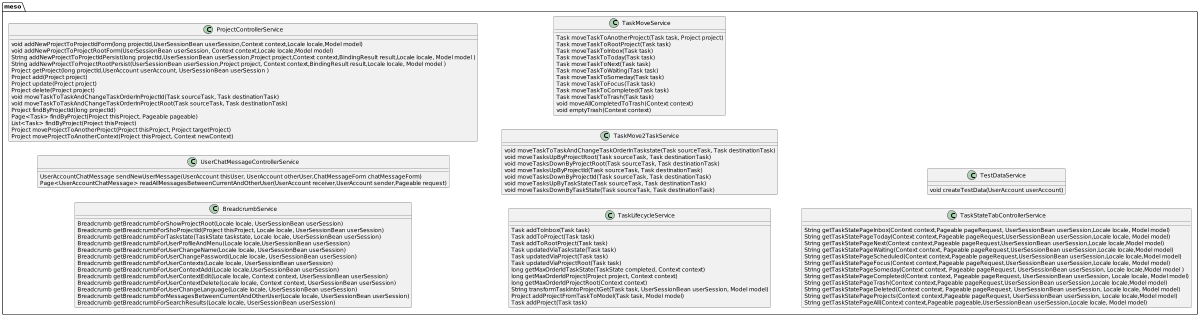
Above: src/site/plantuml/Simpleworklist__Service_Classes_Meso.png in Spring-Framework-Java-Apps/simpleworklist (PlantUML), before the change.
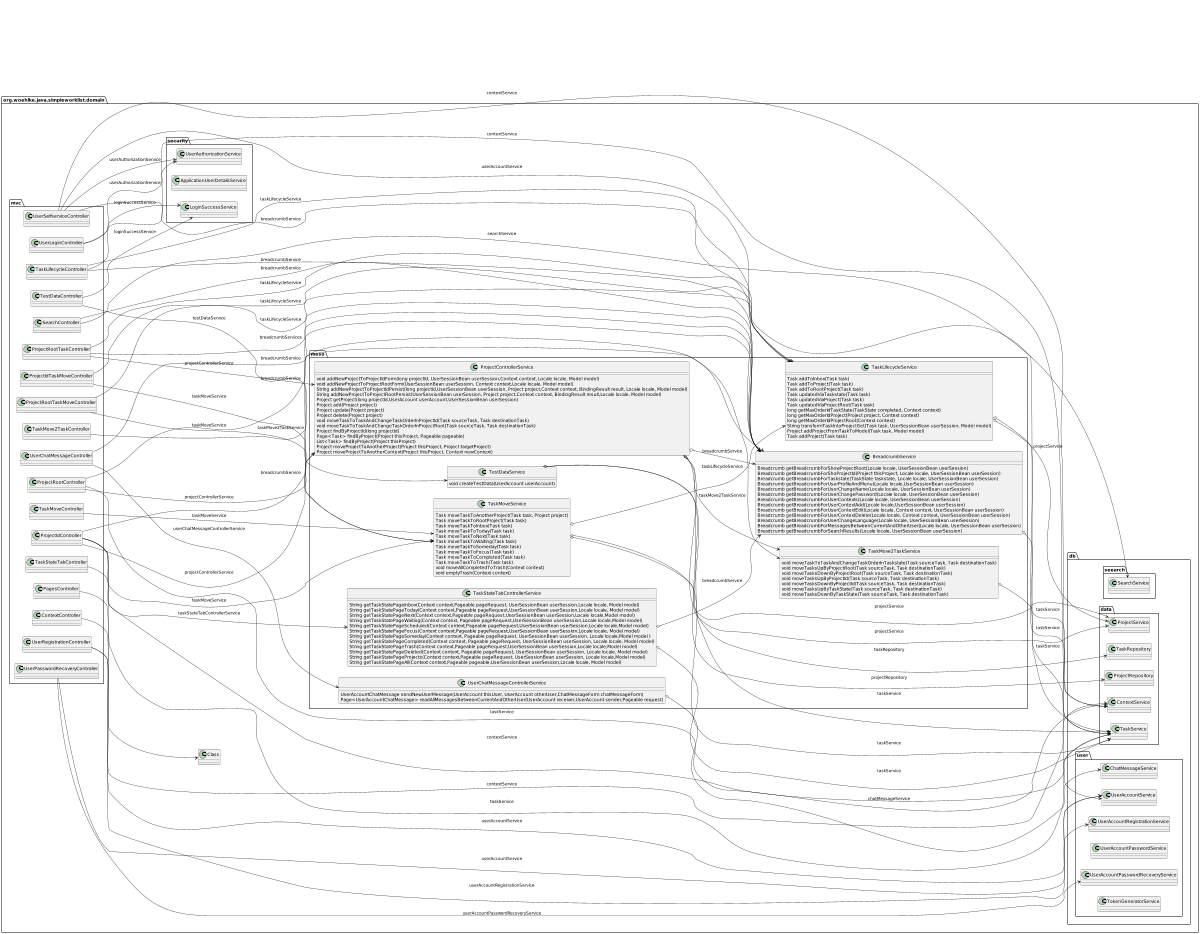
Above is the later version.

Commit message:
## 2.4.13-SNAPSHOT * fixed #380 add User Use Cases to UML Documentation * fixed #393 UML Documentation: Service Classes DB * fixed #394 UML Documentation: Service Classes Meso

What changed in the source:
```diff
@@ -4,99 +4,202 @@
 
 scale 1200 width
 
-package meso {
-    class BreadcrumbService {
-        Breadcrumb getBreadcrumbForShowProjectRoot(Locale locale, UserSessionBean userSession)
-        Breadcrumb getBreadcrumbForShoProjectId(Project thisProject, Locale locale, UserSessionBean userSession)
-        Breadcrumb getBreadcrumbForTaskstate(TaskState taskstate, Locale locale, UserSessionBean userSession)
-        Breadcrumb getBreadcrumbForUserProfileAndMenu(Locale locale,UserSessionBean userSession)
-        Breadcrumb getBreadcrumbForUserChangeName(Locale locale, UserSessionBean userSession)
-        Breadcrumb getBreadcrumbForUserChangePassword(Locale locale, UserSessionBean userSession)
-        Breadcrumb getBreadcrumbForUserContexts(Locale locale, UserSessionBean userSession)
-        Breadcrumb getBreadcrumbForUserContextAdd(Locale locale,UserSessionBean userSession)
-        Breadcrumb getBreadcrumbForUserContextEdit(Locale locale, Context context, UserSessionBean userSession)
-        Breadcrumb getBreadcrumbForUserContextDelete(Locale locale, Context context, UserSessionBean userSession)
-        Breadcrumb getBreadcrumbForUserChangeLanguage(Locale locale, UserSessionBean userSession)
-        Breadcrumb getBreadcrumbForMessagesBetweenCurrentAndOtherUser(Locale locale, UserSessionBean userSession)
-        Breadcrumb getBreadcrumbForSearchResults(Locale locale, UserSessionBean userSession)
-    }
-    class UserChatMessageControllerService {
-      UserAccountChatMessage sendNewUserMessage(UserAccount thisUser, UserAccount otherUser,ChatMessageForm chatMessageForm)
-      Page<UserAccountChatMessage> readAllMessagesBetweenCurrentAndOtherUser(UserAccount receiver,UserAccount sender,Pageable request)
-    }
-    class ProjectControllerService {
-        void addNewProjectToProjectIdForm(long projectId,UserSessionBean userSession,Context context,Locale locale,Model model)
-        void addNewProjectToProjectRootForm(UserSessionBean userSession, Context context,Locale locale,Model model)
-        String addNewProjectToProjectIdPersist(long projectId,UserSessionBean userSession,Project project,Context context,BindingResult result,Locale locale, Model model )
-        String addNewProjectToProjectRootPersist(UserSessionBean userSession,Project project, Context context,BindingResult result,Locale locale, Model model )
-        Project getProject(long projectId,UserAccount userAccount, UserSessionBean userSession )
-        Project add(Project project)
-        Project update(Project project)
-        Project delete(Project project)
-        void moveTaskToTaskAndChangeTaskOrderInProjectId(Task sourceTask, Task destinationTask)
-        void moveTaskToTaskAndChangeTaskOrderInProjectRoot(Task sourceTask, Task destinationTask)
-        Project findByProjectId(long projectId)
-        Page<Task> findByProject(Project thisProject, Pageable pageable)
-        List<Task> findByProject(Project thisProject)
-        Project moveProjectToAnotherProject(Project thisProject, Project targetProject)
-        Project moveProjectToAnotherContext(Project thisProject, Context newContext)
-    }
-    class TaskLifecycleService {
-      Task addToInbox(Task task)
-      Task addToProject(Task task)
-      Task addToRootProject(Task task)
-      Task updatedViaTaskstate(Task task)
-      Task updatedViaProject(Task task)
-      Task updatedViaProjectRoot(Task task)
-      long getMaxOrderIdTaskState(TaskState completed, Context context)
-      long getMaxOrderIdProject(Project project, Context context)
-      long getMaxOrderIdProjectRoot(Context context)
-      String transformTaskIntoProjectGet(Task task, UserSessionBean userSession, Model model)
-      Project addProjectFromTaskToModel(Task task, Model model)
-      Task addProject(Task task)
-    }
-    class TaskMove2TaskService {
-      void moveTaskToTaskAndChangeTaskOrderInTaskstate(Task sourceTask, Task destinationTask)
-      void moveTasksUpByProjectRoot(Task sourceTask, Task destinationTask)
-      void moveTasksDownByProjectRoot(Task sourceTask, Task destinationTask)
-      void moveTasksUpByProjectId(Task sourceTask, Task destinationTask)
-      void moveTasksDownByProjectId(Task sourceTask, Task destinationTask)
-      void moveTasksUpByTaskState(Task sourceTask, Task destinationTask)
-      void moveTasksDownByTaskState(Task sourceTask, Task destinationTask)
-    }
-    class TaskMoveService {
-      Task moveTaskToAnotherProject(Task task, Project project)
-      Task moveTaskToRootProject(Task task)
-      Task moveTaskToInbox(Task task)
-      Task moveTaskToToday(Task task)
-      Task moveTaskToNext(Task task)
-      Task moveTaskToWaiting(Task task)
-      Task moveTaskToSomeday(Task task)
-      Task moveTaskToFocus(Task task)
-      Task moveTaskToCompleted(Task task)
-      Task moveTaskToTrash(Task task)
-      void moveAllCompletedToTrash(Context context)
-      void emptyTrash(Context context)
-    }
-    class TaskStateTabControllerService {
-      String getTaskStatePageInbox(Context context,Pageable pageRequest, UserSessionBean userSession,Locale locale, Model model)
-      String getTaskStatePageToday(Context context,Pageable pageRequest,UserSessionBean userSession,Locale locale, Model model)
-      String getTaskStatePageNext(Context context,Pageable pageRequest,UserSessionBean userSession,Locale locale,Model model)
-      String getTaskStatePageWaiting(Context context, Pageable pageRequest,UserSessionBean userSession,Locale locale,Model model)
-      String getTaskStatePageScheduled(Context context,Pageable pageRequest,UserSessionBean userSession,Locale locale,Model model)
-      String getTaskStatePageFocus(Context context,Pageable pageRequest,UserSessionBean userSession,Locale locale, Model model)
-      String getTaskStatePageSomeday(Context context, Pageable pageRequest, UserSessionBean userSession, Locale locale,Model model )
-      String getTaskStatePageCompleted(Context context, Pageable pageRequest, UserSessionBean userSession, Locale locale, Model model)
-      String getTaskStatePageTrash(Context context,Pageable pageRequest,UserSessionBean userSession,Locale locale,Model model)
-      String getTaskStatePageDeleted(Context context, Pageable pageRequest, UserSessionBean userSession, Locale locale, Model model)
-      String getTaskStatePageProjects(Context context,Pageable pageRequest, UserSessionBean userSession, Locale locale,Model model)
-      String getTaskStatePageAll(Context context,Pageable pageable,UserSessionBean userSession,Locale locale, Model model)
-    }
-    class TestDataService {
-        void createTestData(UserAccount userAccount)
+package org.woehlke.java.simpleworklist.domain {
+
+    package mvc {
+        class ContextController {}
+        class PagesController {}
+        class ProjectIdController {}
+        class ProjectIdTaskMoveController {}
+        class ProjectRootController {}
+        class ProjectRootTaskController {}
+        class ProjectRootTaskMoveController {}
+        class SearchController {}
+        class TaskLifecycleController {}
+        class TaskMove2TaskController {}
+        class TaskMoveController {}
+        class TaskStateTabController {}
+        class TestDataController {}
+        class UserChatMessageController {}
+        class UserLoginController {}
+        class UserPasswordRecoveryController {}
+        class UserRegistrationController {}
+        class UserSelfserviceController {}
     }
 
+    package db {
+        package data {
+            class ContextService {}
+            class ProjectService {}
+            class TaskService {}
+            class ProjectRepository {}
+            class TaskRepository {}
+        }
+        package seearch {
+            class SearchService {}
+        }
+        package user {
+            class UserAccountService {}
+            class UserAccountPasswordService {}
+            class ChatMessageService {}
+            class UserAccountPasswordRecoveryService {}
+            class UserAccountRegistrationService {}
+            class TokenGeneratorService {}
+        }
+    }
+    package security {
+        class UserAuthorizationService {}
+        class ApplicationUserDetailsService {}
+        class LoginSuccessService {}
+    }
+    package meso {
+        class ProjectControllerService {
+            void addNewProjectToProjectIdForm(long projectId, UserSessionBean userSession,Context context, Locale locale, Model model)
+            void addNewProjectToProjectRootForm(UserSessionBean userSession, Context context,Locale locale, Model model)
+            String addNewProjectToProjectIdPersist(long projectId,UserSessionBean userSession, Project project,Context context, BindingResult result, Locale locale, Model model)
+            String addNewProjectToProjectRootPersist(UserSessionBean userSession, Project project,Context context, BindingResult result,Locale locale, Model model)
+            Project getProject(long projectId,UserAccount userAccount,UserSessionBean userSession)
+            Project add(Project project)
+            Project update(Project project)
+            Project delete(Project project)
+            void moveTaskToTaskAndChangeTaskOrderInProjectId(Task sourceTask, Task destinationTask)
+            void moveTaskToTaskAndChangeTaskOrderInProjectRoot(Task sourceTask, Task destinationTask)
+            Project findByProjectId(long projectId)
+            Page<Task> findByProject(Project thisProject, Pageable pageable)
+            List<Task> findByProject(Project thisProject)
+            Project moveProjectToAnotherProject(Project thisProject, Project targetProject)
+            Project moveProjectToAnotherContext(Project thisProject, Context newContext)
+        }
+        class BreadcrumbService {
+            Breadcrumb getBreadcrumbForShowProjectRoot(Locale locale, UserSessionBean userSession)
+            Breadcrumb getBreadcrumbForShoProjectId(Project thisProject, Locale locale, UserSessionBean userSession)
+            Breadcrumb getBreadcrumbForTaskstate(TaskState taskstate, Locale locale, UserSessionBean userSession)
+            Breadcrumb getBreadcrumbForUserProfileAndMenu(Locale locale,UserSessionBean userSession)
+            Breadcrumb getBreadcrumbForUserChangeName(Locale locale, UserSessionBean userSession)
+            Breadcrumb getBreadcrumbForUserChangePassword(Locale locale, UserSessionBean userSession)
+            Breadcrumb getBreadcrumbForUserContexts(Locale locale, UserSessionBean userSession)
+            Breadcrumb getBreadcrumbForUserContextAdd(Locale locale,UserSessionBean userSession)
+            Breadcrumb getBreadcrumbForUserContextEdit(Locale locale, Context context, UserSessionBean userSession)
+            Breadcrumb getBreadcrumbForUserContextDelete(Locale locale, Context context, UserSessionBean userSession)
+            Breadcrumb getBreadcrumbForUserChangeLanguage(Locale locale, UserSessionBean userSession)
+            Breadcrumb getBreadcrumbForMessagesBetweenCurrentAndOtherUser(Locale locale, UserSessionBean userSession)
+            Breadcrumb getBreadcrumbForSearchResults(Locale locale, UserSessionBean userSession)
+        }
+        class UserChatMessageControllerService {
+          UserAccountChatMessage sendNewUserMessage(UserAccount thisUser, UserAccount otherUser,ChatMessageForm chatMessageForm)
+          Page<UserAccountChatMessage> readAllMessagesBetweenCurrentAndOtherUser(UserAccount receiver,UserAccount sender,Pageable request)
+        }
+        class TaskLifecycleService {
+          Task addToInbox(Task task)
+          Task addToProject(Task task)
+          Task addToRootProject(Task task)
+          Task updatedViaTaskstate(Task task)
+          Task updatedViaProject(Task task)
+          Task updatedViaProjectRoot(Task task)
+          long getMaxOrderIdTaskState(TaskState completed, Context context)
+          long getMaxOrderIdProject(Project project, Context context)
+          long getMaxOrderIdProjectRoot(Context context)
+          String transformTaskIntoProjectGet(Task task, UserSessionBean userSession, Model model)
+          Project addProjectFromTaskToModel(Task task, Model model)
+          Task addProject(Task task)
+        }
+        class TaskMove2TaskService {
+          void moveTaskToTaskAndChangeTaskOrderInTaskstate(Task sourceTask, Task destinationTask)
+          void moveTasksUpByProjectRoot(Task sourceTask, Task destinationTask)
+          void moveTasksDownByProjectRoot(Task sourceTask, Task destinationTask)
+          void moveTasksUpByProjectId(Task sourceTask, Task destinationTask)
+          void moveTasksDownByProjectId(Task sourceTask, Task destinationTask)
+          void moveTasksUpByTaskState(Task sourceTask, Task destinationTask)
+          void moveTasksDownByTaskState(Task sourceTask, Task destinationTask)
+        }
+        class TaskMoveService {
+          Task moveTaskToAnotherProject(Task task, Project project)
+          Task moveTaskToRootProject(Task task)
+          Task moveTaskToInbox(Task task)
+          Task moveTaskToToday(Task task)
+          Task moveTaskToNext(Task task)
+          Task moveTaskToWaiting(Task task)
+          Task moveTaskToSomeday(Task task)
+          Task moveTaskToFocus(Task task)
+          Task moveTaskToCompleted(Task task)
+          Task moveTaskToTrash(Task task)
+          void moveAllCompletedToTrash(Context context)
+          void emptyTrash(Context context)
+        }
+        class TaskStateTabControllerService {
+          String getTaskStatePageInbox(Context context,Pageable pageRequest, UserSessionBean userSession,Locale locale, Model model)
+          String getTaskStatePageToday(Context context,Pageable pageRequest,UserSessionBean userSession,Locale locale, Model model)
+          String getTaskStatePageNext(Context context,Pageable pageRequest,UserSessionBean userSession,Locale locale,Model model)
+          String getTaskStatePageWaiting(Context context, Pageable pageRequest,UserSessionBean userSession,Locale locale,Model model)
+          String getTaskStatePageScheduled(Context context,Pageable pageRequest,UserSessionBean userSession,Locale locale,Model model)
+          String getTaskStatePageFocus(Context context,Pageable pageRequest,UserSessionBean userSession,Locale locale, Model model)
+          String getTaskStatePageSomeday(Context context, Pageable pageRequest, UserSessionBean userSession, Locale locale,Model model )
+          String getTaskStatePageCompleted(Context context, Pageable pageRequest, UserSessionBean userSession, Locale locale, Model model)
+          String getTaskStatePageTrash(Context context,Pageable pageRequest,UserSessionBean userSession,Locale locale,Model model)
+          String getTaskStatePageDeleted(Context context, Pageable pageRequest, UserSessionBean userSession, Locale locale, Model model)
+          String getTaskStatePageProjects(Context context,Pageable pageRequest, UserSessionBean userSession, Locale locale,Model model)
+          String getTaskStatePageAll(Context context,Pageable pageable,UserSessionBean userSession,Locale locale, Model model)
+        }
+        class TestDataService {
+            void createTestData(UserAccount userAccount)
+        }
+        TestDataService o--> TaskRepository:  taskRepository
+        TestDataService o--> ProjectRepository: projectRepository
+        TaskStateTabControllerService o---> TaskService: taskService
+        TaskStateTabControllerService o--> BreadcrumbService: breadcrumbService
+        TaskMoveService o---> TaskService: taskService
+        TaskMoveService o--> TaskLifecycleService: taskLifecycleService
+        TaskMoveService o--> ProjectService: projectService
+        TaskMove2TaskService o--> TaskService: taskService
+        TaskLifecycleService o--> TaskService: taskService
+        TaskLifecycleService o--> ProjectService: projectService
+        UserChatMessageControllerService o--> ChatMessageService: chatMessageService
+        ProjectControllerService o---> ProjectService: projectService
+        ProjectControllerService o---> TaskService: taskService
+        ProjectControllerService o--> BreadcrumbService: breadcrumbService
+        ProjectControllerService o--> TaskMove2TaskService: taskMove2TaskService
+        BreadcrumbService  o--> TaskService: taskService
+    }
+
+    ContextController ---> ContextService: contextService
+    PagesController --> Class
+    ProjectIdController --> ProjectControllerService: projectControllerService
+    ProjectIdController --> TaskMoveService: taskMoveService
+    ProjectIdController ---> TaskService: taskService
+    ProjectIdController ---> ContextService: contextService
+    ProjectIdController ----> BreadcrumbService: breadcrumbService
+    ProjectIdTaskMoveController --> TaskMoveService: taskMoveService
+    ProjectIdTaskMoveController --> TaskLifecycleService: taskLifecycleService
+    ProjectRootController --> ProjectControllerService: projectControllerService
+    ProjectRootController ---> TaskService: taskService
+    ProjectRootController ----> BreadcrumbService: breadcrumbService
+    ProjectRootTaskController --> ProjectControllerService: projectControllerService
+    ProjectRootTaskController --> TaskLifecycleService: taskLifecycleService
+    ProjectRootTaskController ----> BreadcrumbService: breadcrumbServices
+    ProjectRootTaskMoveController --> TaskLifecycleService: taskLifecycleService
+    ProjectRootTaskMoveController --> TaskMoveService: taskMoveService
+    SearchController --> SearchService: searchService
+    SearchController ----> BreadcrumbService: breadcrumbService
+    TaskLifecycleController --> TaskLifecycleService: taskLifecycleService
+    TaskLifecycleController ----> BreadcrumbService: breadcrumbService
+    TaskLifecycleController ---> ContextService: contextService
+    TaskMove2TaskController -> TaskMove2TaskService: taskMove2TaskService
+    TaskMoveController --> TaskMoveService: taskMoveService
+    TaskStateTabController --> TaskStateTabControllerService: taskStateTabControllerService
+    TestDataController --> TestDataService: testDataService
+    TestDataController --> LoginSuccessService: loginSuccessService
+    UserChatMessageController --> UserChatMessageControllerService: userChatMessageControllerService
+    UserChatMessageController --> BreadcrumbService: breadcrumbService
+    UserLoginController --> LoginSuccessService: loginSuccessService
+    UserLoginController --> UserAuthorizationService: userAuthorizationService
+    UserPasswordRecoveryController -> UserAccountService: userAccountService
+    UserPasswordRecoveryController -> UserAccountPasswordRecoveryService: userAccountPasswordRecoveryService
+    UserRegistrationController -> UserAccountService: userAccountService
+    UserRegistrationController -> UserAccountRegistrationService: userAccountRegistrationService
+    UserSelfserviceController --> UserAuthorizationService: userAuthorizationService
+    UserSelfserviceController ----> BreadcrumbService: breadcrumbService
+    UserSelfserviceController --> UserAccountService: userAccountService
+    UserSelfserviceController ---> ContextService: contextService
 }
 
-
 @enduml
```
